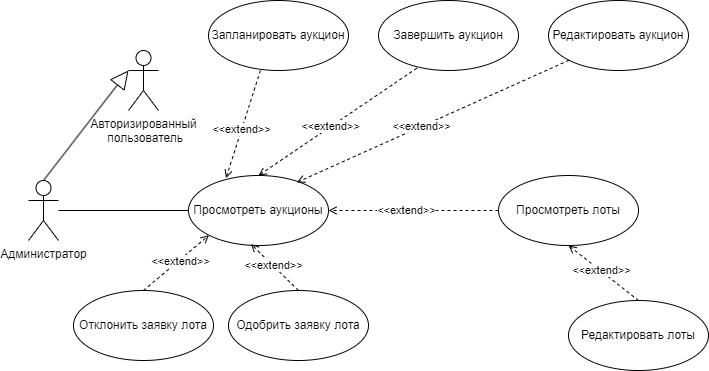
Demiurge451/auction keeps this draw.io diagram as diagrams/Use_Case/Администратор.png. Above is the earlier version. Source tidied: cells renumbered, new cells last; positions are measured from the earlier drawing's top-left corner, leaving out a move shared by most shapes.
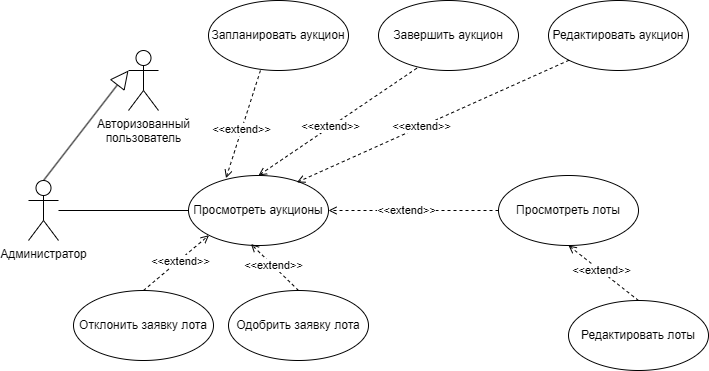
The same diagram one commit later.

Commit message:
update use case

The edit, as a diff of the source:
```diff
@@ -74,7 +74,7 @@
     <mxCell id="25" value="&amp;lt;&amp;lt;extend&amp;gt;&amp;gt;" style="edgeLabel;html=1;align=center;verticalAlign=middle;" parent="24" vertex="1">
       <mxGeometry x="0.09" y="-1" relative="1" as="geometry" />
     </mxCell>
-    <mxCell id="26" value="Авторизированный&lt;br&gt;&amp;nbsp;пользователь" style="shape=umlActor;verticalLabelPosition=bottom;verticalAlign=top;html=1;" parent="1" vertex="1">
+    <mxCell id="26" value="Авторизованный&lt;div&gt;пользователь&lt;/div&gt;" style="shape=umlActor;verticalLabelPosition=bottom;verticalAlign=top;html=1;" parent="1" vertex="1">
       <mxGeometry x="100" y="50" width="30" height="60" as="geometry" />
     </mxCell>
     <mxCell id="27" style="endArrow=block;endSize=16;endFill=0;html=1;rounded=0;exitX=0.5;exitY=0;exitDx=0;exitDy=0;exitPerimeter=0;entryX=0;entryY=0.3333333333333333;entryDx=0;entryDy=0;entryPerimeter=0;" parent="1" edge="1" source="2" target="26">
```
